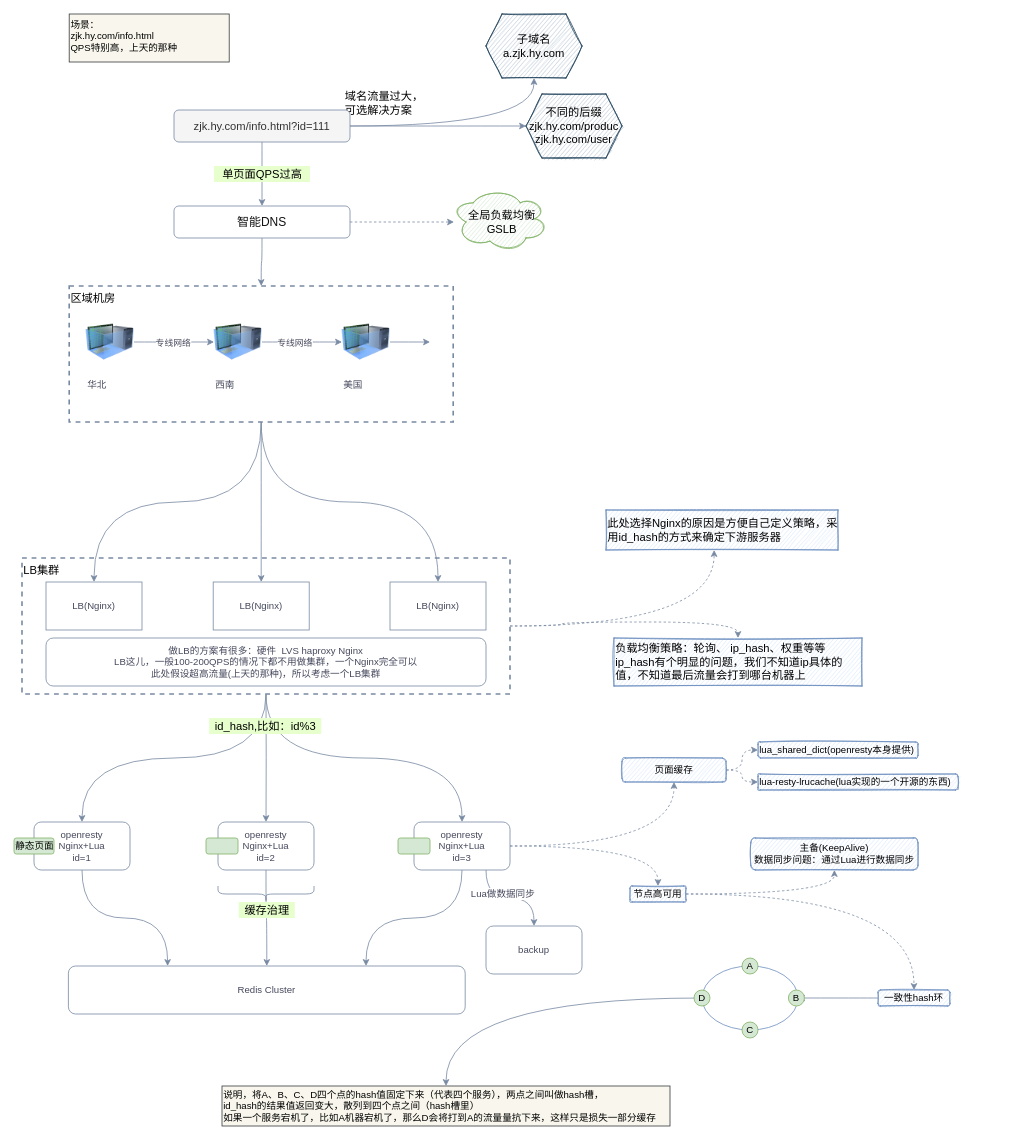
This is notes/architecture/res/高QPS架构.drawio from zhangjukai/Go-Gad, a draw.io file, before an edit. Source tidied: cells renumbered, new cells numbered last; positions are measured from the earlier drawing's top-left corner, leaving out a move shared by most shapes. Both pictures are drawn from the tidied source at 80%, with x=0, y=0 at pixel (14, 14).
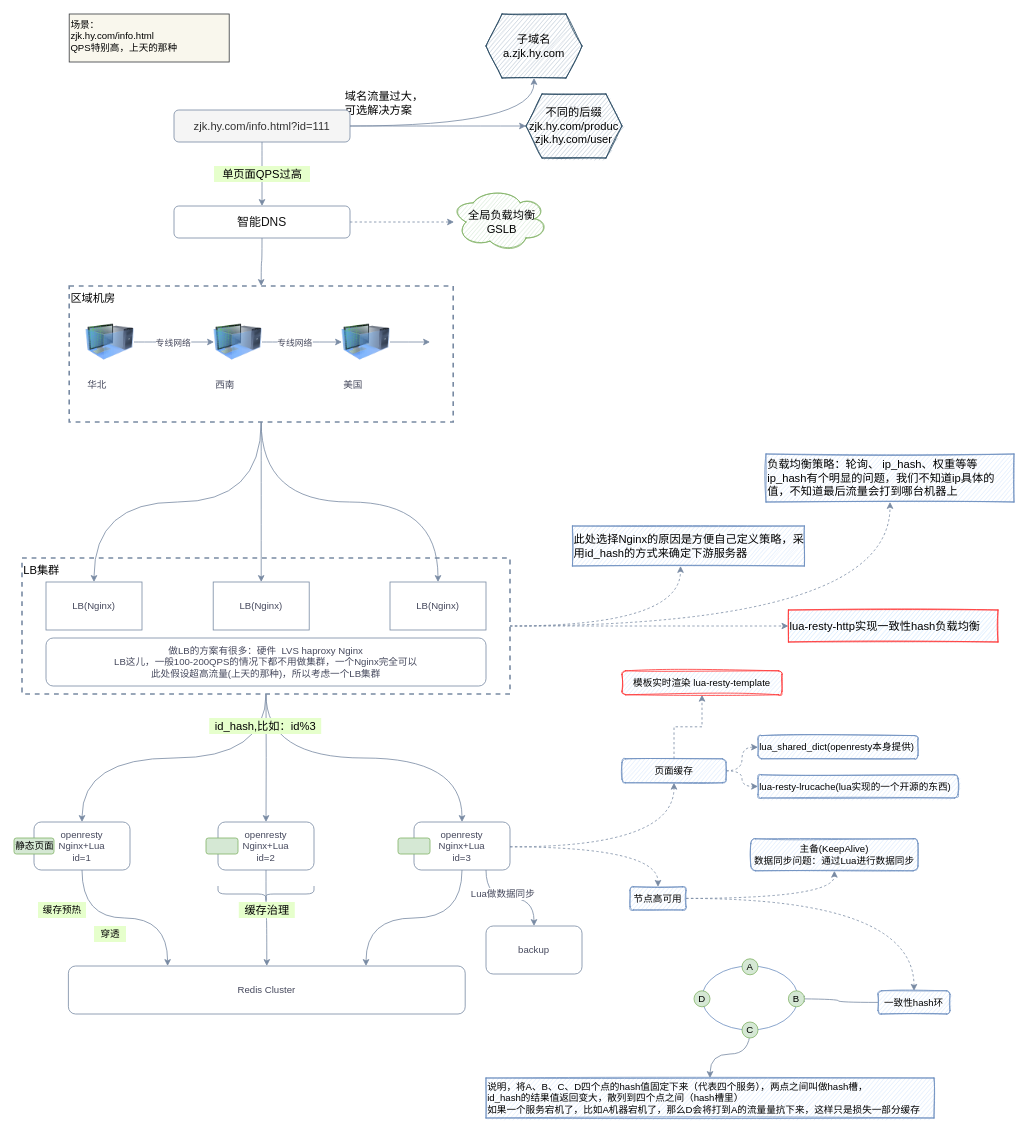
After the change.

Unchanged cells that the change refers to:
```xml
<mxCell id="4" value="LB集群" style="whiteSpace=wrap;html=1;rounded=0;fontSize=14;fontStyle=0;verticalAlign=top;dashed=1;strokeColor=#788AA3;strokeWidth=2;align=left;" parent="1" vertex="1">
  <mxGeometry x="10" y="680" width="610" height="170" as="geometry" />
</mxCell>
<mxCell id="40" value="openresty&lt;br&gt;Nginx+Lua&lt;br&gt;id=3" style="rounded=1;whiteSpace=wrap;html=1;sketch=0;strokeColor=#788AA3;strokeWidth=1;fillColor=none;fontColor=#46495D;align=center;" parent="1" vertex="1">
  <mxGeometry x="500" y="1010" width="120" height="60" as="geometry" />
</mxCell>
<mxCell id="69" style="ellipse;whiteSpace=wrap;html=1;rounded=1;strokeColor=#6c8ebf;strokeWidth=1;sketch=0;fillColor=none;" parent="1" vertex="1">
  <mxGeometry x="860" y="1190" width="120" height="80" as="geometry" />
</mxCell>
```

What changed in the source:
```diff
@@
-    <mxCell id="2" style="edgeStyle=orthogonalEdgeStyle;curved=1;rounded=1;sketch=0;jettySize=auto;html=1;dashed=1;strokeColor=#788AA3;fillColor=#B2C9AB;fontColor=#46495D;entryX=0.5;entryY=0;entryDx=0;entryDy=0;" parent="1" edge="1" source="4" target="24">
+    <mxCell id="2" style="edgeStyle=orthogonalEdgeStyle;curved=1;rounded=1;sketch=0;jettySize=auto;html=1;dashed=1;strokeColor=#788AA3;fillColor=#B2C9AB;fontColor=#46495D;entryX=0.5;entryY=1;entryDx=0;entryDy=0;" parent="1" edge="1" source="4" target="24">
       <mxGeometry relative="1" as="geometry" />
     </mxCell>
@@
     <mxCell id="24" value="&lt;span&gt;负载均衡策略：&lt;/span&gt;&lt;span&gt;轮询、&lt;/span&gt;&lt;span&gt;&amp;nbsp;ip_hash、&lt;/span&gt;&lt;span&gt;权重&lt;/span&gt;&lt;span&gt;等等&lt;br&gt;ip_hash有个明显的问题，我们不知道ip具体的值，不知道最后流量会打到哪台机器上&lt;br&gt;&lt;/span&gt;" style="whiteSpace=wrap;html=1;rounded=0;fontSize=14;fontStyle=0;verticalAlign=middle;strokeColor=#6c8ebf;strokeWidth=1;fillColor=#dae8fc;sketch=1;align=left;" parent="1" vertex="1">
-      <mxGeometry x="750" y="780" width="310" height="60" as="geometry" />
+      <mxGeometry x="940" y="550" width="310" height="60" as="geometry" />
     </mxCell>
     <mxCell id="25" value="此处选择Nginx的原因是方便自己定义策略，采用id_hash的方式来确定下游服务器" style="whiteSpace=wrap;html=1;rounded=0;fontSize=14;fontStyle=0;verticalAlign=middle;strokeColor=#6c8ebf;strokeWidth=1;sketch=1;fillColor=#dae8fc;align=left;" parent="1" vertex="1">
-      <mxGeometry x="740" y="620" width="290" height="50" as="geometry" />
+      <mxGeometry x="698" y="640" width="290" height="50" as="geometry" />
     </mxCell>
@@
-    <mxCell id="38" style="edgeStyle=orthogonalEdgeStyle;curved=1;rounded=1;sketch=0;jettySize=auto;html=1;strokeColor=#788AA3;fillColor=#B2C9AB;fontColor=#46495D;entryX=0.5;entryY=1;entryDx=0;entryDy=0;dashed=1;" parent="1" edge="1" source="40" target="53">
-      <mxGeometry relative="1" as="geometry" />
+    <mxCell id="38" style="edgeStyle=orthogonalEdgeStyle;curved=1;rounded=1;sketch=0;jettySize=auto;html=1;strokeColor=#788AA3;fillColor=#B2C9AB;fontColor=#46495D;entryX=0.5;entryY=1;entryDx=0;entryDy=0;dashed=1;" parent="1" edge="1" target="53">
+      <mxGeometry relative="1" as="geometry">
+        <mxPoint x="620" y="1041" as="sourcePoint" />
+      </mxGeometry>
     </mxCell>
-    <mxCell id="39" style="edgeStyle=orthogonalEdgeStyle;curved=1;rounded=1;sketch=0;jettySize=auto;html=1;strokeColor=#788AA3;fillColor=#B2C9AB;fontColor=#46495D;dashed=1;" parent="1" edge="1" source="40" target="56">
-      <mxGeometry relative="1" as="geometry" />
+    <mxCell id="39" style="edgeStyle=orthogonalEdgeStyle;curved=1;rounded=1;sketch=0;jettySize=auto;html=1;strokeColor=#788AA3;fillColor=#B2C9AB;fontColor=#46495D;dashed=1;" parent="1" edge="1" target="56">
+      <mxGeometry relative="1" as="geometry">
+        <mxPoint x="620" y="1041" as="sourcePoint" />
+      </mxGeometry>
     </mxCell>
@@
-    <mxCell id="51" style="edgeStyle=orthogonalEdgeStyle;curved=1;rounded=1;sketch=0;jettySize=auto;html=1;dashed=1;strokeColor=#788AA3;fillColor=#B2C9AB;fontColor=#46495D;" parent="1" edge="1" source="53" target="57">
+    <mxCell id="51" style="edgeStyle=orthogonalEdgeStyle;curved=1;rounded=1;sketch=0;jettySize=auto;html=1;dashed=1;fillColor=#B2C9AB;fontColor=#46495D;strokeColor=#788AA3;" parent="1" edge="1" source="53" target="57">
       <mxGeometry relative="1" as="geometry" />
     </mxCell>
@@
+    <mxCell id="75" style="edgeStyle=orthogonalEdgeStyle;rounded=0;jettySize=auto;html=1;dashed=1;strokeColor=#788AA3;" parent="1" edge="1" source="53" target="80">
+      <mxGeometry relative="1" as="geometry" />
+    </mxCell>
-    <mxCell id="53" value="页面缓存" style="whiteSpace=wrap;html=1;rounded=1;strokeColor=#6c8ebf;strokeWidth=1;fillColor=#dae8fc;sketch=1;" parent="1" vertex="1">
-      <mxGeometry x="760" y="930" width="130" height="30" as="geometry" />
+    <mxCell id="53" value="页面缓存" style="whiteSpace=wrap;html=1;rounded=1;strokeColor=#6c8ebf;strokeWidth=1;sketch=1;fillColor=#DAE8FC;" parent="1" vertex="1">
+      <mxGeometry x="760" y="931" width="130" height="30" as="geometry" />
     </mxCell>
@@
     <mxCell id="56" value="节点高可用" style="rounded=1;whiteSpace=wrap;html=1;sketch=1;strokeColor=#6c8ebf;strokeWidth=1;fillColor=#dae8fc;align=center;" parent="1" vertex="1">
-      <mxGeometry x="770" y="1090" width="70" height="20" as="geometry" />
+      <mxGeometry x="770" y="1091" width="70" height="29" as="geometry" />
     </mxCell>
-    <mxCell id="57" value="&lt;span&gt;lua_shared_dict(openresty本身提供)&lt;/span&gt;" style="whiteSpace=wrap;rounded=1;strokeColor=#6c8ebf;strokeWidth=1;fillColor=#dae8fc;sketch=1;fontStyle=0;align=left;fontSize=12;html=1;" parent="1" vertex="1">
-      <mxGeometry x="930" y="910" width="200" height="20" as="geometry" />
+    <mxCell id="57" value="&lt;span&gt;lua_shared_dict(openresty本身提供)&lt;/span&gt;" style="whiteSpace=wrap;rounded=1;strokeColor=#6c8ebf;strokeWidth=1;fillColor=#dae8fc;sketch=1;fontStyle=0;align=left;fontSize=12;html=1;verticalAlign=top;" parent="1" vertex="1">
+      <mxGeometry x="930" y="902" width="200" height="29" as="geometry" />
     </mxCell>
     <mxCell id="58" value="lua-resty-lrucache(lua实现的一个开源的东西)" style="whiteSpace=wrap;rounded=1;strokeColor=#6c8ebf;strokeWidth=1;fillColor=#dae8fc;sketch=1;fontStyle=0;align=left;fontSize=12;" parent="1" vertex="1">
-      <mxGeometry x="930" y="950" width="250" height="20" as="geometry" />
+      <mxGeometry x="930" y="951" width="250" height="29" as="geometry" />
     </mxCell>
-    <mxCell id="59" value="主备(KeepAlive)&lt;br&gt;数据同步问题：通过Lua进行数据同步" style="rounded=1;whiteSpace=wrap;html=1;sketch=1;strokeColor=#6c8ebf;strokeWidth=1;fillColor=#dae8fc;align=center;" parent="1" vertex="1">
-      <mxGeometry x="921" y="1030" width="209" height="40" as="geometry" />
+    <mxCell id="59" value="主备(KeepAlive)&lt;br&gt;数据同步问题：通过Lua进行数据同步" style="rounded=1;whiteSpace=wrap;html=1;sketch=1;strokeWidth=1;fillColor=#dae8fc;align=center;strokeColor=#6C8EBF;" parent="1" vertex="1">
+      <mxGeometry x="921" y="1031" width="209" height="40" as="geometry" />
     </mxCell>
@@
-    <mxCell id="66" style="edgeStyle=orthogonalEdgeStyle;curved=1;rounded=1;sketch=0;jettySize=auto;html=1;strokeColor=#788AA3;fillColor=#B2C9AB;fontSize=12;fontColor=#46495D;" parent="1" edge="1" source="67" target="69">
-      <mxGeometry relative="1" as="geometry" />
+    <mxCell id="66" style="edgeStyle=orthogonalEdgeStyle;curved=1;rounded=1;sketch=0;jettySize=auto;html=1;strokeColor=#788AA3;fillColor=#B2C9AB;fontSize=12;fontColor=#46495D;" parent="1" edge="1" source="67">
+      <mxGeometry relative="1" as="geometry">
+        <mxPoint x="980" y="1231" as="targetPoint" />
+      </mxGeometry>
     </mxCell>
     <mxCell id="67" value="一致性hash环" style="rounded=1;whiteSpace=wrap;html=1;sketch=1;strokeColor=#6c8ebf;strokeWidth=1;fillColor=#dae8fc;align=center;" parent="1" vertex="1">
-      <mxGeometry x="1080" y="1220" width="90" height="20" as="geometry" />
+      <mxGeometry x="1080" y="1221" width="90" height="29" as="geometry" />
     </mxCell>
@@
     <mxCell id="70" value="A" style="ellipse;whiteSpace=wrap;html=1;rounded=1;sketch=0;strokeColor=#82b366;strokeWidth=1;fontSize=12;align=center;fillColor=#d5e8d4;" parent="1" vertex="1">
-      <mxGeometry x="910" y="1180" width="20" height="20" as="geometry" />
+      <mxGeometry x="910" y="1181" width="20" height="20" as="geometry" />
     </mxCell>
     <mxCell id="71" value="B" style="ellipse;whiteSpace=wrap;html=1;rounded=1;sketch=0;strokeColor=#82b366;strokeWidth=1;fontSize=12;align=center;fillColor=#d5e8d4;" parent="1" vertex="1">
-      <mxGeometry x="968" y="1220" width="20" height="20" as="geometry" />
+      <mxGeometry x="968" y="1221" width="20" height="20" as="geometry" />
     </mxCell>
@@
     <mxCell id="73" value="D" style="ellipse;whiteSpace=wrap;html=1;rounded=1;sketch=0;strokeColor=#82b366;strokeWidth=1;fontSize=12;align=center;fillColor=#d5e8d4;" parent="1" vertex="1">
-      <mxGeometry x="850" y="1220" width="20" height="20" as="geometry" />
+      <mxGeometry x="850" y="1221" width="20" height="20" as="geometry" />
     </mxCell>
-    <mxCell id="74" value="&lt;span style=&quot;color: rgb(0 , 0 , 0)&quot;&gt;说明，将A、B、C、D四个点的hash值固定下来（代表四个服务），两点之间叫做hash槽，&lt;br&gt;id_hash的结果值返回变大，散列到四个点之间（hash槽里）&lt;br&gt;如果一个服务宕机了，比如A机器宕机了，那么D会将打到A的流量量抗下来，这样只是损失一部分缓存&lt;br&gt;&lt;/span&gt;" style="text;html=1;align=left;verticalAlign=middle;points=[];fontSize=12;fillColor=#f9f7ed;strokeColor=#36393d;sketch=0;" parent="1" vertex="1">
-      <mxGeometry x="260" y="1340" width="560" height="50" as="geometry" />
+    <mxCell id="74" value="&lt;span style=&quot;color: rgb(0 , 0 , 0)&quot;&gt;说明，将A、B、C、D四个点的hash值固定下来（代表四个服务），两点之间叫做hash槽，&lt;br&gt;id_hash的结果值返回变大，散列到四个点之间（hash槽里）&lt;br&gt;如果一个服务宕机了，比如A机器宕机了，那么D会将打到A的流量量抗下来，这样只是损失一部分缓存&lt;br&gt;&lt;/span&gt;" style="text;html=1;align=left;verticalAlign=middle;points=[];fontSize=12;sketch=1;fillColor=#DAE8FC;strokeColor=#6C8EBF;" parent="1" vertex="1">
+      <mxGeometry x="590" y="1330" width="560" height="50" as="geometry" />
     </mxCell>
+    <mxCell id="76" value="缓存预热" style="text;html=1;align=center;verticalAlign=middle;fillColor=#E6FFCC;" parent="1" vertex="1">
+      <mxGeometry x="30" y="1110" width="60" height="20" as="geometry" />
+    </mxCell>
+    <mxCell id="77" value="穿透" style="text;html=1;align=center;verticalAlign=middle;fillColor=#E6FFCC;" parent="1" vertex="1">
+      <mxGeometry x="100" y="1140" width="40" height="20" as="geometry" />
+    </mxCell>
+    <mxCell id="78" value="lua-resty-http实现一致性hash负载均衡" style="whiteSpace=wrap;rounded=0;fontSize=14;fontStyle=0;verticalAlign=middle;strokeWidth=1;sketch=1;align=left;fillColor=#cce5ff;strokeColor=#FF3333;" parent="1" vertex="1">
+      <mxGeometry x="968" y="745" width="262" height="40" as="geometry" />
+    </mxCell>
+    <mxCell id="79" style="edgeStyle=orthogonalEdgeStyle;curved=1;rounded=1;sketch=0;jettySize=auto;html=1;dashed=1;strokeColor=#788AA3;fillColor=#B2C9AB;fontColor=#46495D;exitX=1;exitY=0.5;exitDx=0;exitDy=0;" parent="1" edge="1" source="4" target="78">
+      <mxGeometry relative="1" as="geometry" />
+    </mxCell>
+    <mxCell id="80" value="模板实时渲染 lua-resty-template" style="whiteSpace=wrap;rounded=1;strokeWidth=1;fillColor=#dae8fc;sketch=1;strokeColor=#FF3333;" parent="1" vertex="1">
+      <mxGeometry x="760" y="821" width="200" height="30" as="geometry" />
+    </mxCell>
```
